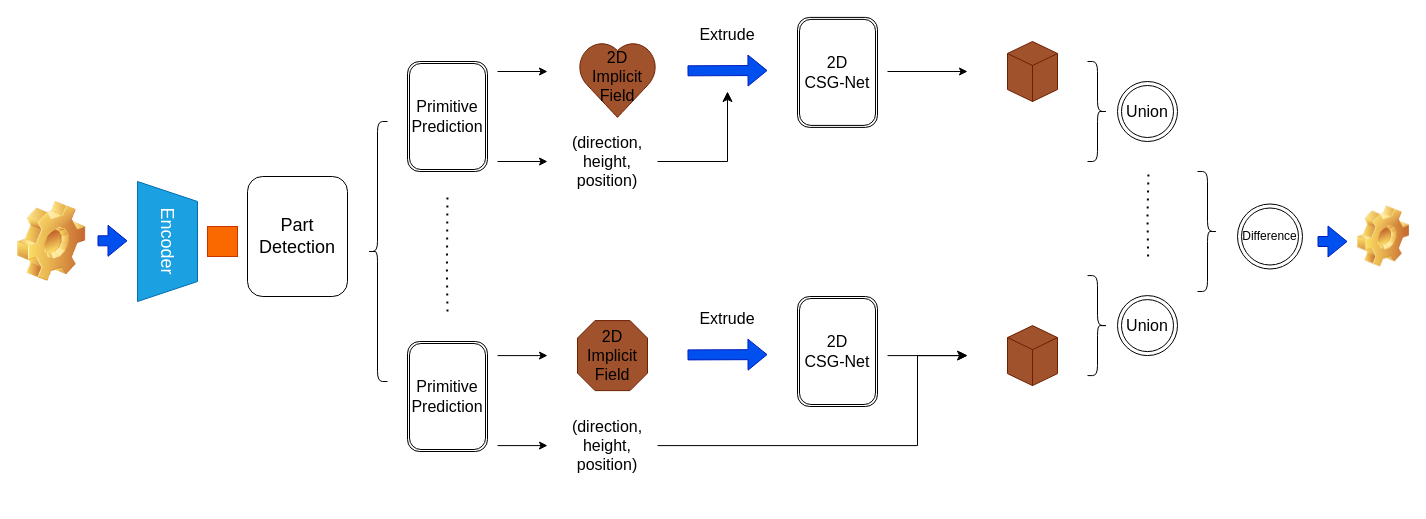
Earlier version of the draw.io diagram img/extrude.drawio (wenqi-wang20/img). Source tidied: cells renumbered, new cells numbered last; positions are measured from the earlier drawing's top-left corner, leaving out a move shared by most shapes. Both pictures are drawn from the tidied source at 100%, with x=0, y=0 at pixel (17, 17).
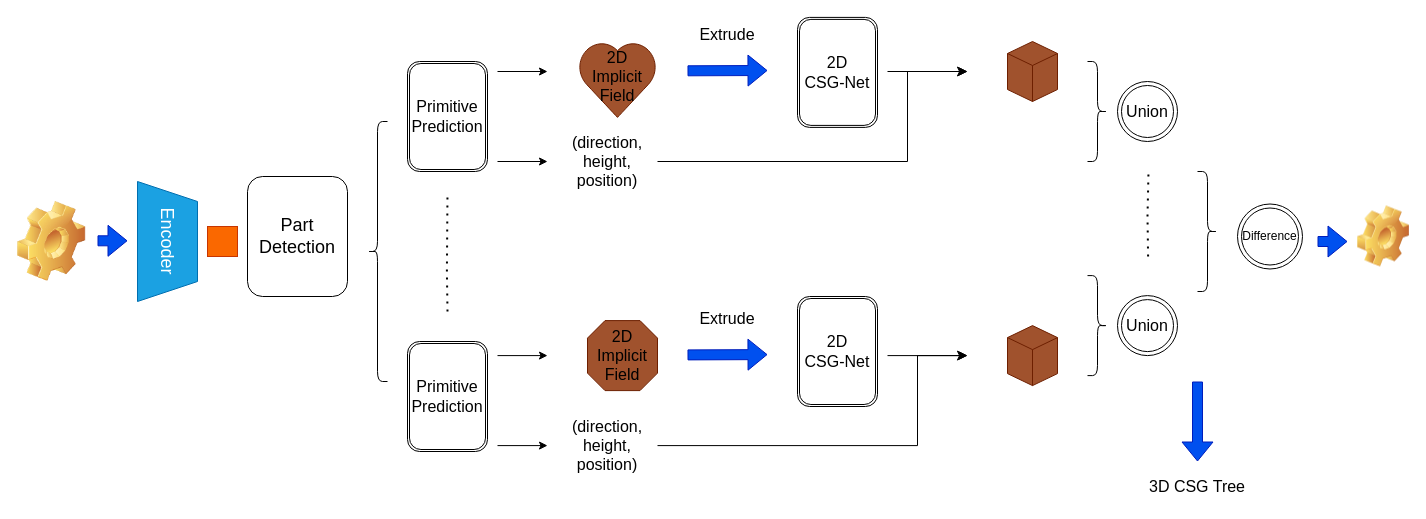
Above is the later version.

Unchanged cells that the change refers to:
```xml
<mxCell id="9" style="group;" parent="1" vertex="1">
  <mxGeometry x="480" y="-0.1" width="470" height="159.1" as="geometry" />
</mxCell>
```

What changed in the source:
```diff
@@
     <mxCell id="15" style="edgeStyle=elbowEdgeStyle;elbow=horizontal;endArrow=classic;html=1;curved=0;rounded=0;endSize=8;startSize=8;" parent="9" edge="1">
       <mxGeometry relative="1" as="geometry">
         <mxPoint x="160" y="144.1" as="sourcePoint" />
-        <mxPoint x="230" y="74.1" as="targetPoint" />
+        <mxPoint x="470" y="54.1" as="targetPoint" />
         <Array as="points">
-          <mxPoint x="230" y="104" />
+          <mxPoint x="410" y="104" />
         </Array>
       </mxGeometry>
     </mxCell>
@@
     <mxCell id="43" style="group;" parent="1" vertex="1">
-      <mxGeometry x="560" y="303.1" width="70" height="70" as="geometry" />
+      <mxGeometry x="570" y="303.1" width="70" height="70" as="geometry" />
     </mxCell>
@@
+    <mxCell id="47" style="shape=flexArrow;endArrow=classic;html=1;rounded=0;fillColor=#0050ef;strokeColor=#001DBC;" parent="1" edge="1">
+      <mxGeometry relative="1" as="geometry">
+        <mxPoint x="1180" y="364" as="sourcePoint" />
+        <mxPoint x="1180" y="444" as="targetPoint" />
+      </mxGeometry>
+    </mxCell>
+    <mxCell id="48" value="&lt;font style=&quot;font-size: 16px;&quot;&gt;3D CSG Tree&lt;/font&gt;" style="text;html=1;strokeColor=none;fillColor=none;align=center;verticalAlign=middle;whiteSpace=wrap;rounded=0;" parent="1" vertex="1">
+      <mxGeometry x="1120" y="454" width="120" height="30" as="geometry" />
+    </mxCell>
```
